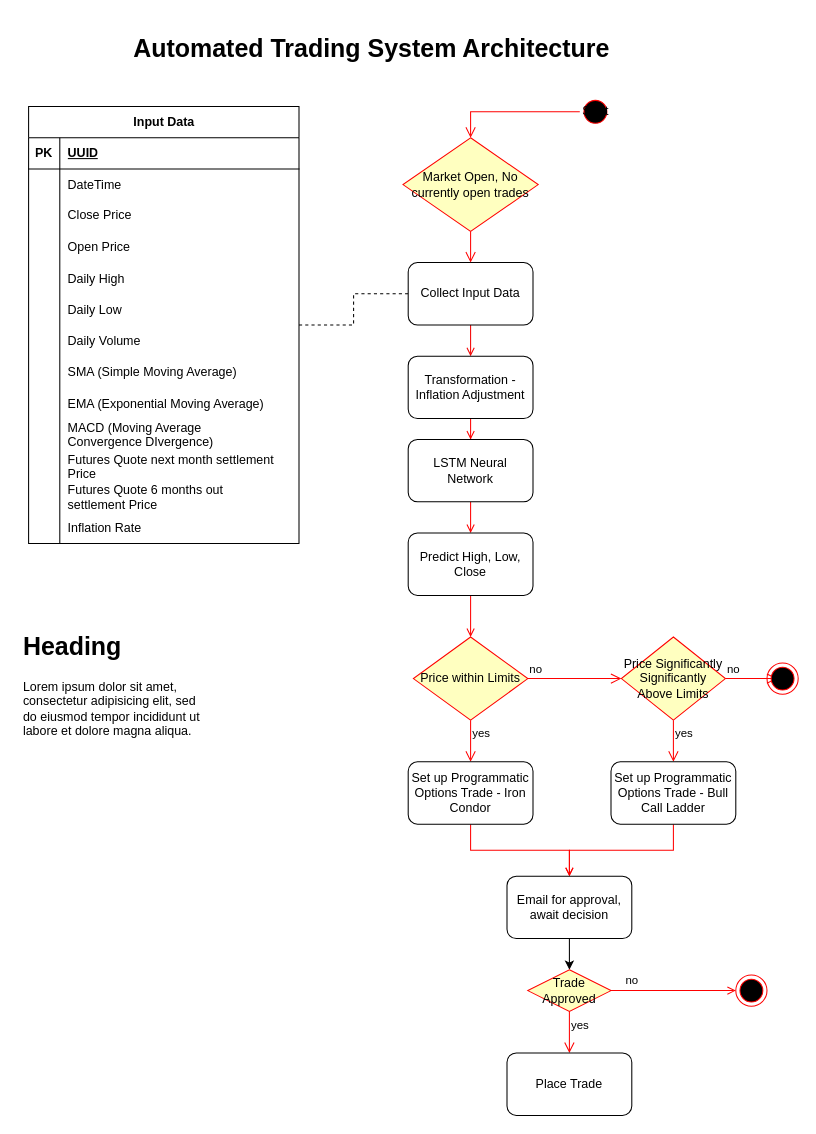
parishwolfe/OptionsLearning keeps this draw.io diagram as architectureDiagram.drawio. Above is the earlier version. Source tidied: cells renumbered, new cells numbered last; positions are measured from the earlier drawing's top-left corner, leaving out a move shared by most shapes. Both pictures are drawn from the tidied source at 104%, with x=0, y=0 at pixel (18, 33).
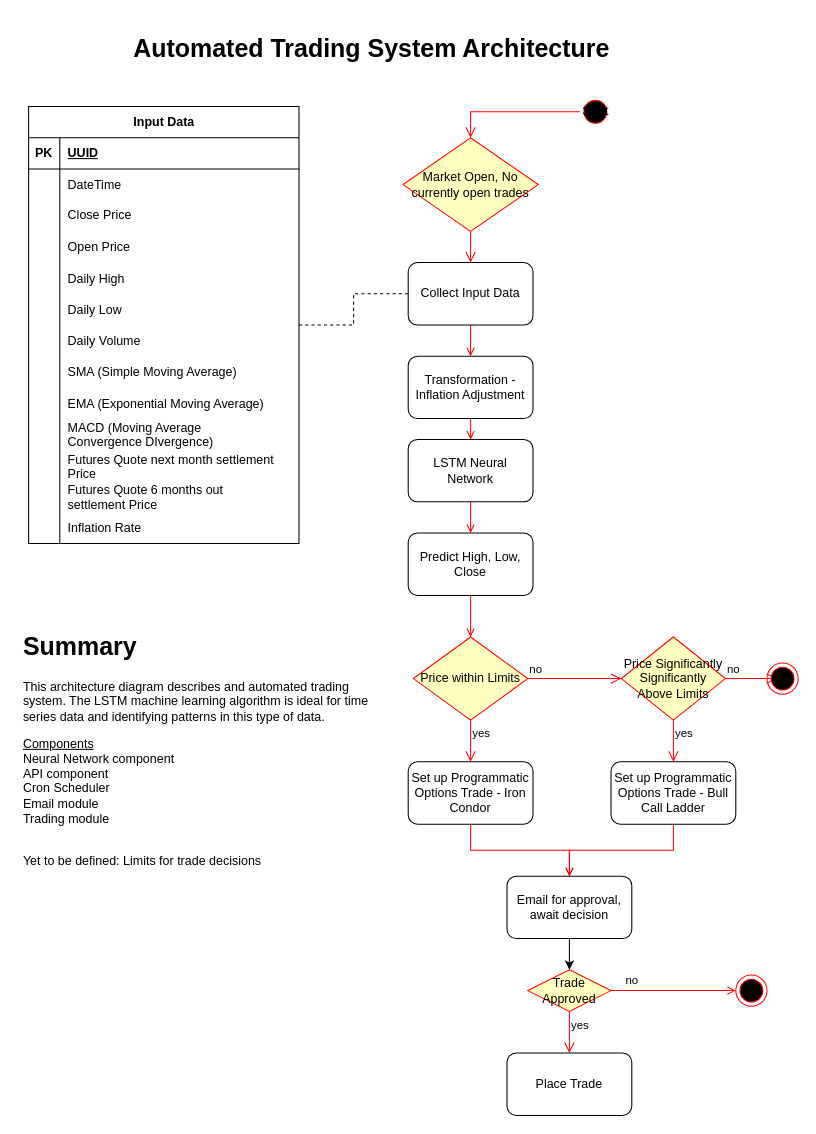
After the change.

Commit message (it also covers changes not shown here):
adjustments to plan

Change to the diagram source:
```diff
@@
-    <mxCell id="74" value="&lt;h1&gt;Heading&lt;/h1&gt;&lt;p&gt;Lorem ipsum dolor sit amet, consectetur adipisicing elit, sed do eiusmod tempor incididunt ut labore et dolore magna aliqua.&lt;/p&gt;" style="text;html=1;strokeColor=none;fillColor=none;spacing=5;spacingTop=-20;whiteSpace=wrap;overflow=hidden;rounded=0;" parent="1" vertex="1">
-      <mxGeometry y="570" width="190" height="120" as="geometry" />
+    <mxCell id="74" value="&lt;h1&gt;Summary&lt;/h1&gt;&lt;p&gt;This architecture diagram describes and automated trading system. The LSTM machine learning algorithm is ideal for time series data and identifying patterns in this type of data.&amp;nbsp;&lt;/p&gt;&lt;p&gt;&lt;u style=&quot;background-color: initial;&quot;&gt;Components&lt;br&gt;&lt;/u&gt;&lt;span style=&quot;background-color: initial;&quot;&gt;Neural Network component&lt;br&gt;&lt;/span&gt;&lt;span style=&quot;background-color: initial;&quot;&gt;API component&lt;br&gt;&lt;/span&gt;&lt;span style=&quot;background-color: initial;&quot;&gt;Cron Scheduler&lt;br&gt;&lt;/span&gt;&lt;span style=&quot;background-color: initial;&quot;&gt;Email module&lt;br&gt;&lt;/span&gt;&lt;span style=&quot;background-color: initial;&quot;&gt;Trading module&lt;br&gt;&lt;br&gt;&lt;/span&gt;&lt;/p&gt;&lt;p&gt;&lt;span style=&quot;background-color: initial;&quot;&gt;Yet to be defined: Limits for trade decisions&lt;/span&gt;&lt;/p&gt;&lt;p&gt;&lt;br&gt;&lt;/p&gt;&lt;p&gt;&lt;br&gt;&lt;/p&gt;" style="text;html=1;strokeColor=none;fillColor=none;spacing=5;spacingTop=-20;whiteSpace=wrap;overflow=hidden;rounded=0;" parent="1" vertex="1">
+      <mxGeometry y="570" width="340" height="390" as="geometry" />
     </mxCell>
```
